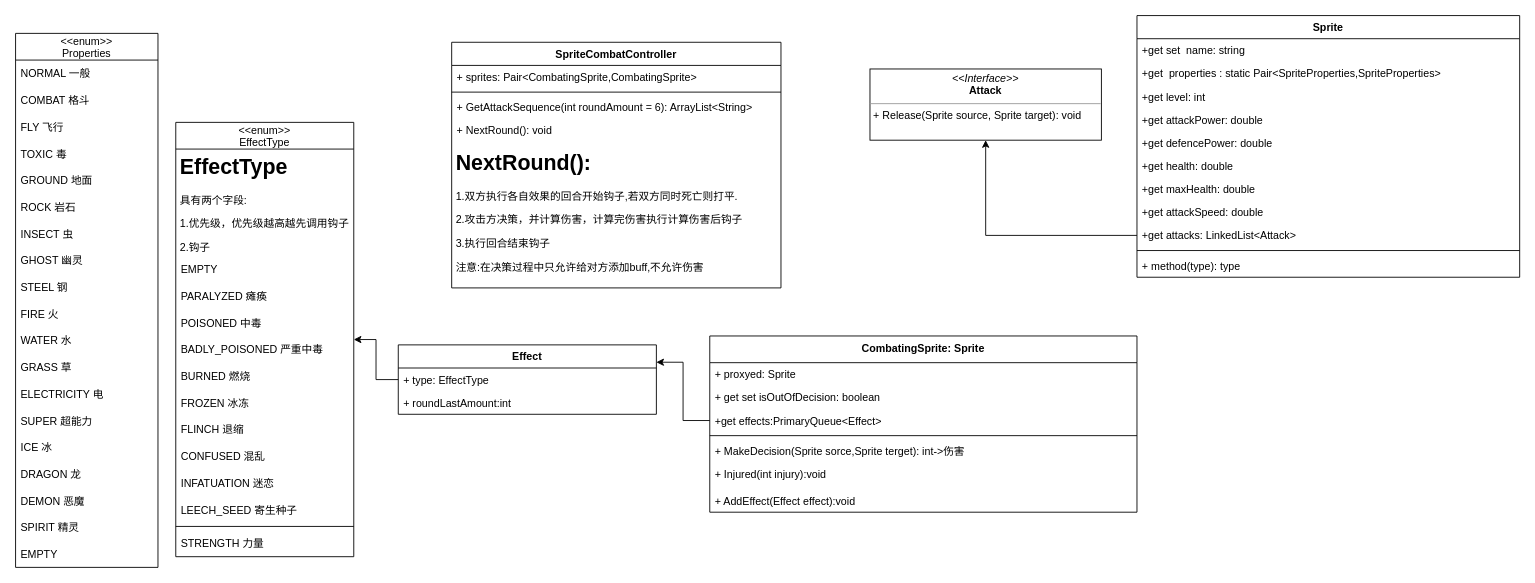
Above: assets/design/类设计.drawio in qingzhixing/SimplePokemon (draw.io), before the change. Source tidied: cells renumbered, new cells numbered last; positions are measured from the earlier drawing's top-left corner, leaving out a move shared by most shapes. Both pictures are drawn from the tidied source at 89%, with x=0, y=0 at pixel (15, 15).
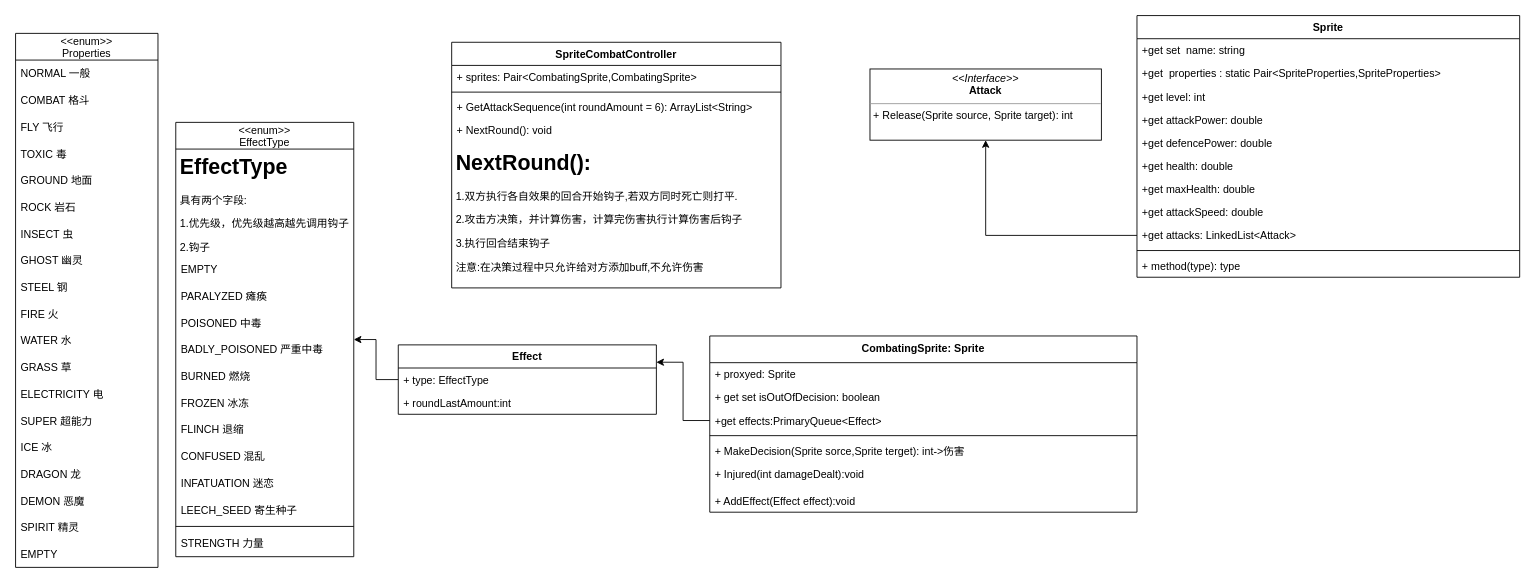
Above is the later version.

Unchanged cells that the change refers to:
```xml
<mxCell id="55" value="CombatingSprite: Sprite" style="swimlane;fontStyle=1;align=center;verticalAlign=top;horizontal=1;startSize=30;" parent="1" vertex="1">
  <mxGeometry x="780" y="360" width="480" height="198" as="geometry" />
</mxCell>
```

Diff of the diagram source:
```diff
@@
-    <mxCell id="34" value="&lt;p style=&quot;margin:0px;margin-top:4px;text-align:center;&quot;&gt;&lt;i&gt;&amp;lt;&amp;lt;Interface&amp;gt;&amp;gt;&lt;/i&gt;&lt;br&gt;&lt;b&gt;Attack&lt;/b&gt;&lt;/p&gt;&lt;hr size=&quot;1&quot;&gt;&lt;p style=&quot;margin:0px;margin-left:4px;&quot;&gt;+ Release(Sprite source, Sprite target): void&lt;br&gt;&lt;/p&gt;" style="verticalAlign=top;align=left;overflow=fill;fontSize=12;fontFamily=Helvetica;html=1;" parent="1" vertex="1">
+    <mxCell id="34" value="&lt;p style=&quot;margin:0px;margin-top:4px;text-align:center;&quot;&gt;&lt;i&gt;&amp;lt;&amp;lt;Interface&amp;gt;&amp;gt;&lt;/i&gt;&lt;br&gt;&lt;b&gt;Attack&lt;/b&gt;&lt;/p&gt;&lt;hr size=&quot;1&quot;&gt;&lt;p style=&quot;margin:0px;margin-left:4px;&quot;&gt;+ Release(Sprite source, Sprite target): int&lt;br&gt;&lt;/p&gt;" style="verticalAlign=top;align=left;overflow=fill;fontSize=12;fontFamily=Helvetica;html=1;" parent="1" vertex="1">
       <mxGeometry x="960" y="60" width="260" height="80" as="geometry" />
     </mxCell>
@@
-    <mxCell id="61" value="+ Injured(int injury):void" style="text;strokeColor=none;fillColor=none;align=left;verticalAlign=top;spacingLeft=4;spacingRight=4;overflow=hidden;" parent="55" vertex="1">
+    <mxCell id="61" value="+ Injured(int damageDealt):void" style="text;strokeColor=none;fillColor=none;align=left;verticalAlign=top;spacingLeft=4;spacingRight=4;overflow=hidden;" parent="55" vertex="1">
       <mxGeometry y="142" width="480" height="30" as="geometry" />
     </mxCell>
```
